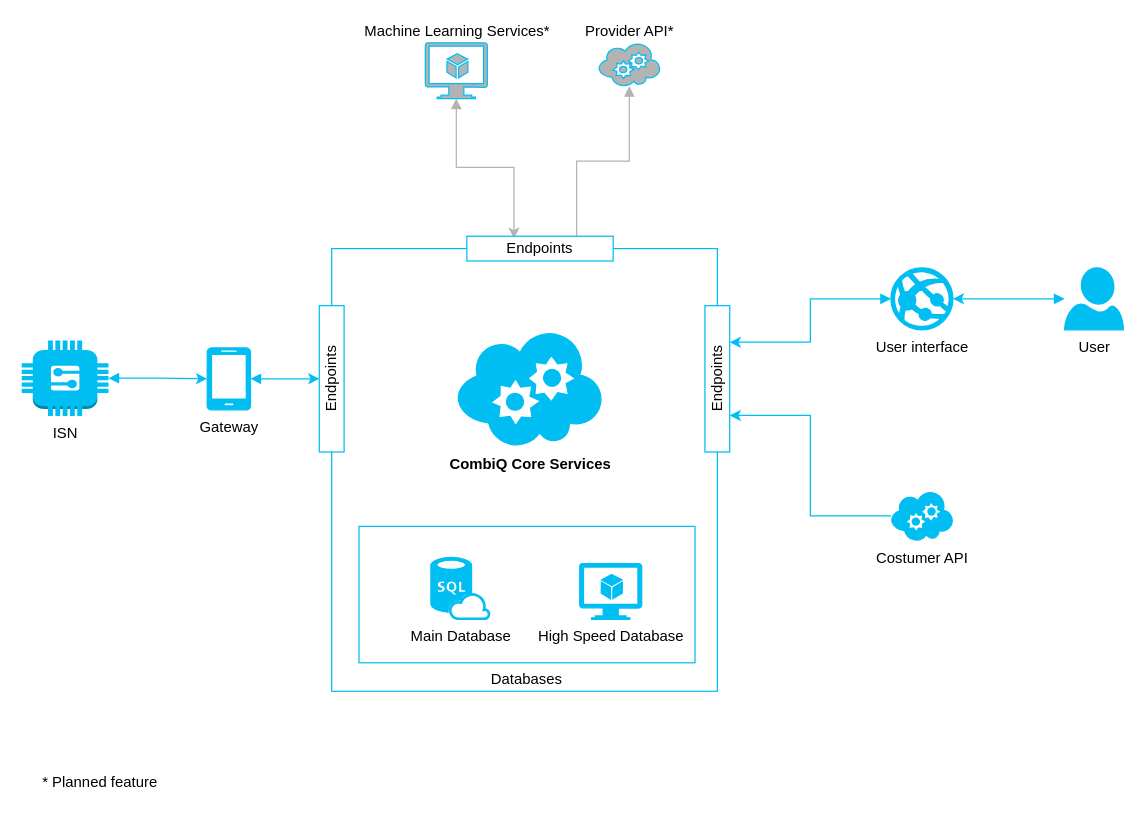
Before: combiq/CombiQInfrastructure.drawio in m1guel/diagrams, a draw.io diagram. Source tidied: cells renumbered, new cells numbered last; positions are measured from the earlier drawing's top-left corner, leaving out a move shared by most shapes. Both pictures are drawn from the tidied source at 124%, with x=0, y=0 at pixel (21, 42).
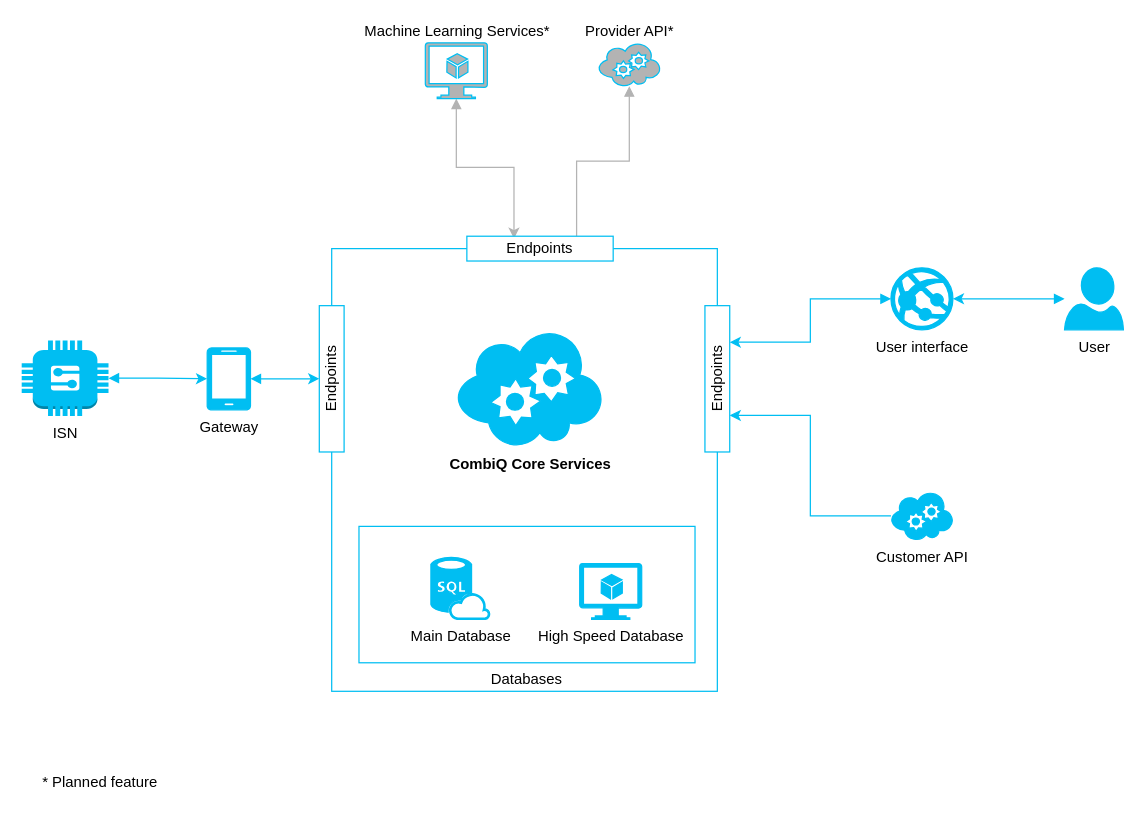
After the change.

The edit, as a diff of the source:
```diff
@@
-    <mxCell id="23" value="Costumer API" style="verticalLabelPosition=bottom;html=1;verticalAlign=top;align=center;strokeColor=#00BEF2;fillColor=#00BEF2;shape=mxgraph.azure.cloud_service;" parent="1" vertex="1">
-      <mxGeometry x="701" y="361.5" width="50" height="40" as="geometry" />
+    <mxCell id="23" value="Customer API" style="verticalLabelPosition=bottom;html=1;verticalAlign=top;align=center;strokeColor=#00BEF2;fillColor=#00BEF2;shape=mxgraph.azure.cloud_service;" parent="1" vertex="1">
+      <mxGeometry x="701" y="362" width="50" height="39" as="geometry" />
     </mxCell>
```
